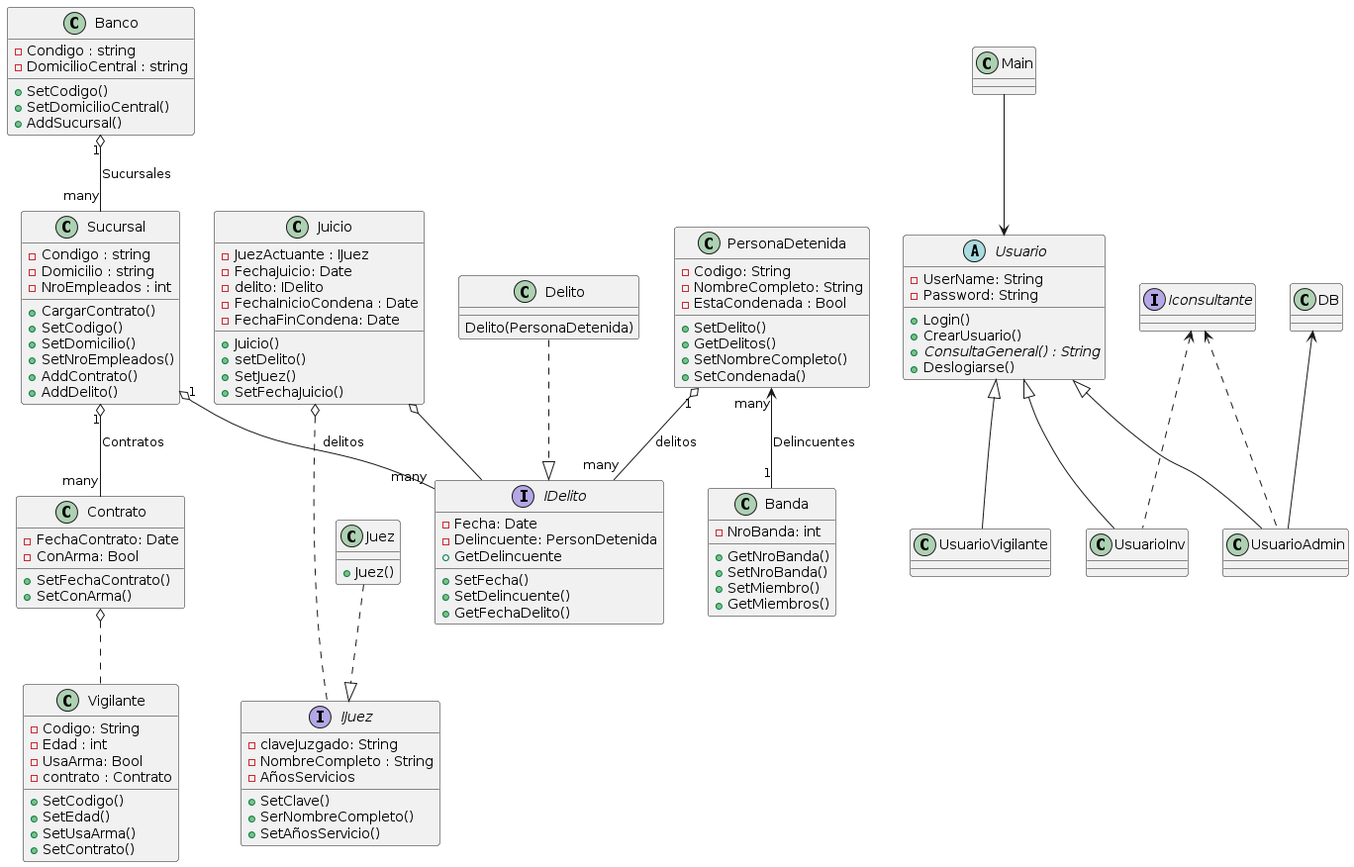
Before: Documentacion/DiagramaClasesVGeneral.png, a diagram exported from PlantUML (IMettaINSPT/1ParcialP2).
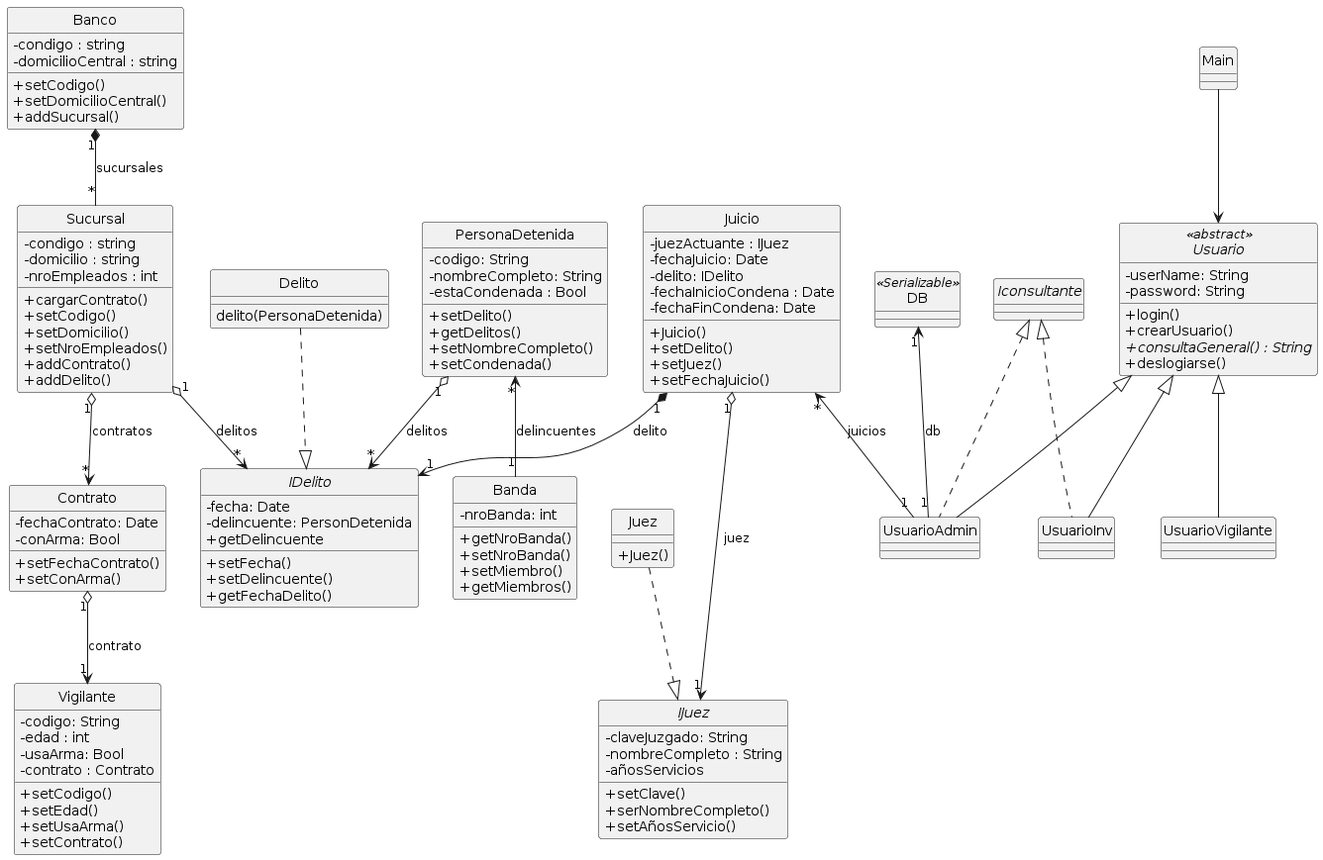
After the change.

What changed in the source:
```diff
@@ -1,104 +1,108 @@
 @startuml
-class Banco{
- -Condigo : string
- -DomicilioCentral : string
- +SetCodigo()
- +SetDomicilioCentral()
- +AddSucursal()
+hide circle
+skinparam classAttributeIconSize 0
+
+
+ class Banco{
+ -condigo : string
+ -domicilioCentral : string
+ +setCodigo()
+ +setDomicilioCentral()
+ +addSucursal()
 }
 
 class Sucursal{
- -Condigo : string
- -Domicilio : string
- -NroEmpleados : int
- +CargarContrato()
- +SetCodigo()
- +SetDomicilio()
- +SetNroEmpleados()
- +AddContrato()
- +AddDelito()
+ -condigo : string
+ -domicilio : string
+ -nroEmpleados : int
+ +cargarContrato()
+ +setCodigo()
+ +setDomicilio()
+ +setNroEmpleados()
+ +addContrato()
+ +addDelito()
 }
 
 class Vigilante{
- -Codigo: String
- -Edad : int
- -UsaArma: Bool
+ -codigo: String
+ -edad : int
+ -usaArma: Bool
  -contrato : Contrato
-+SetCodigo()
-+SetEdad()
-+SetUsaArma()
-+SetContrato()
++setCodigo()
++setEdad()
++setUsaArma()
++setContrato()
 }
 
 class Contrato{
- -FechaContrato: Date
- -ConArma: Bool
- +SetFechaContrato()
- +SetConArma()
+ -fechaContrato: Date
+ -conArma: Bool
+ +setFechaContrato()
+ +setConArma()
 }
 
 interface IDelito{
- -Fecha: Date
- -Delincuente: PersonDetenida
- +SetFecha()
- +SetDelincuente()
- +GetDelincuente
- +GetFechaDelito()
+ -fecha: Date
+ -delincuente: PersonDetenida
+ +setFecha()
+ +setDelincuente()
+ +getDelincuente
+ +getFechaDelito()
 }
 
 class Delito{
-  Delito(PersonaDetenida)
+  delito(PersonaDetenida)
 }
 
 class PersonaDetenida{
- -Codigo: String
- -NombreCompleto: String
- -EstaCondenada : Bool
- +SetDelito()
- +GetDelitos()
- +SetNombreCompleto()
- +SetCondenada()
+ -codigo: String
+ -nombreCompleto: String
+ -estaCondenada : Bool
+ +setDelito()
+ +getDelitos()
+ +setNombreCompleto()
+ +setCondenada()
 }
 
 class Banda{
- -NroBanda: int
- +GetNroBanda()
- +SetNroBanda()
- +SetMiembro()
- +GetMiembros()
+ -nroBanda: int
+ +getNroBanda()
+ +setNroBanda()
+ +setMiembro()
+ +getMiembros()
 }
 
 interface  IJuez{
 -claveJuzgado: String
--NombreCompleto : String
--AñosServicios
-+SetClave()
-+SerNombreCompleto()
-+SetAñosServicio()
+-nombreCompleto : String
+-añosServicios
++setClave()
++serNombreCompleto()
++setAñosServicio()
 }
 
 class Juez{
  + Juez()
 }
 class Juicio{
--JuezActuante : IJuez
--FechaJuicio: Date
+-juezActuante : IJuez
+-fechaJuicio: Date
 -delito: IDelito
--FechaInicioCondena : Date
--FechaFinCondena: Date
+-fechaInicioCondena : Date
+-fechaFinCondena: Date
 +Juicio()
 +setDelito()
-+SetJuez()
-+SetFechaJuicio()
++setJuez()
++setFechaJuicio()
 }
 
-abstract class Usuario{
--UserName: String
--Password: String
-+Login()
-+CrearUsuario()
-+{abstract}ConsultaGeneral() : String
-+Deslogiarse()
+abstract class Usuario <<abstract>>{
+-userName: String
+-password: String
++login()
++crearUsuario()
++{abstract}consultaGeneral() : String
++deslogiarse()
 }
 
 interface Iconsultante{}
@@ -106,22 +110,23 @@
 class Main{
 }
 
-class DB{}
-DB  <-- UsuarioAdmin
+class DB <<Serializable>>{}
+DB "1" <-- "1" UsuarioAdmin: db
 Delito ..|> IDelito
-Sucursal "1" o-- "many" IDelito : delitos
-Sucursal "1" o-- "many" Contrato : Contratos
-PersonaDetenida "many" <-- "1" Banda : Delincuentes
-PersonaDetenida "1" o-- "many" IDelito : delitos
-Contrato o.. Vigilante
+Sucursal "1" o--> "*" IDelito : delitos
+Sucursal "1" o--> "*" Contrato : contratos
+PersonaDetenida "*" <-- "1" Banda : delincuentes
+PersonaDetenida "1" o--> "*" IDelito : delitos
+Contrato "1" o--> "1" Vigilante : contrato
 Juez ..|>IJuez
-Juicio o... IJuez
-Juicio o-- IDelito
-Banco "1" o-- "many" Sucursal: Sucursales
+Juicio "1" o---> "1" IJuez : juez
+Juicio "1" *--> "1" IDelito : delito
+Juicio "*" <-- "1" UsuarioAdmin :juicios
+Banco "1" *-- "*" Sucursal: sucursales
 Usuario <|-- UsuarioAdmin
 Usuario <|-- UsuarioInv
 Usuario <|-- UsuarioVigilante
-Iconsultante <.. UsuarioAdmin
-Iconsultante <.. UsuarioInv
+Iconsultante <|.. UsuarioAdmin
+Iconsultante <|.. UsuarioInv
 Main --> Usuario
 @enduml
```
